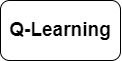
Above: dqn.png in AAAAAAAyq/Personal-Studying (draw.io), before the change. Source tidied: cells renumbered, new cells last; positions are measured from the earlier drawing's top-left corner, leaving out a move shared by most shapes.
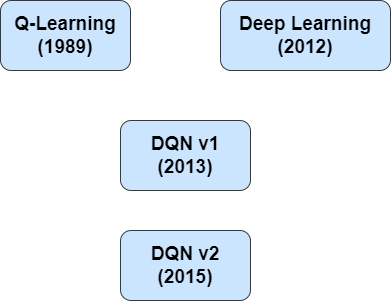
The same diagram one commit later.

The edit, as a diff of the source:
```diff
@@ -2,8 +2,17 @@
   <root>
     <mxCell id="0" />
     <mxCell id="1" parent="0" />
-    <mxCell id="2" value="&lt;font style=&quot;font-size: 19px;&quot;&gt;&lt;b&gt;Q-Learning&lt;/b&gt;&lt;/font&gt;" style="rounded=1;whiteSpace=wrap;html=1;" parent="1" vertex="1">
-      <mxGeometry width="120" height="60" as="geometry" />
+    <mxCell id="2" value="&lt;font style=&quot;font-size: 19px;&quot;&gt;&lt;b&gt;Q-Learning&lt;br&gt;(1989)&lt;br&gt;&lt;/b&gt;&lt;/font&gt;" style="rounded=1;whiteSpace=wrap;html=1;fillColor=#cce5ff;strokeColor=#36393d;" parent="1" vertex="1">
+      <mxGeometry width="130" height="70" as="geometry" />
     </mxCell>
+    <mxCell id="3" value="&lt;font style=&quot;font-size: 19px;&quot;&gt;&lt;b&gt;Deep Learning&lt;br&gt;(2012)&lt;br&gt;&lt;/b&gt;&lt;/font&gt;" style="rounded=1;whiteSpace=wrap;html=1;fillColor=#cce5ff;strokeColor=#36393d;" parent="1" vertex="1">
+      <mxGeometry x="220" width="170" height="70" as="geometry" />
+    </mxCell>
+    <mxCell id="4" value="&lt;font style=&quot;font-size: 19px;&quot;&gt;&lt;b&gt;DQN v1&lt;br&gt;(2013)&lt;br&gt;&lt;/b&gt;&lt;/font&gt;" style="rounded=1;whiteSpace=wrap;html=1;fillColor=#cce5ff;strokeColor=#36393d;" parent="1" vertex="1">
+      <mxGeometry x="120" y="120" width="130" height="70" as="geometry" />
+    </mxCell>
+    <mxCell id="5" value="&lt;font style=&quot;font-size: 19px;&quot;&gt;&lt;b&gt;DQN v2&lt;br&gt;(2015)&lt;br&gt;&lt;/b&gt;&lt;/font&gt;" style="rounded=1;whiteSpace=wrap;html=1;fillColor=#cce5ff;strokeColor=#36393d;" parent="1" vertex="1">
+      <mxGeometry x="120" y="230" width="130" height="70" as="geometry" />
+    </mxCell>
   </root>
 </mxGraphModel>
```
